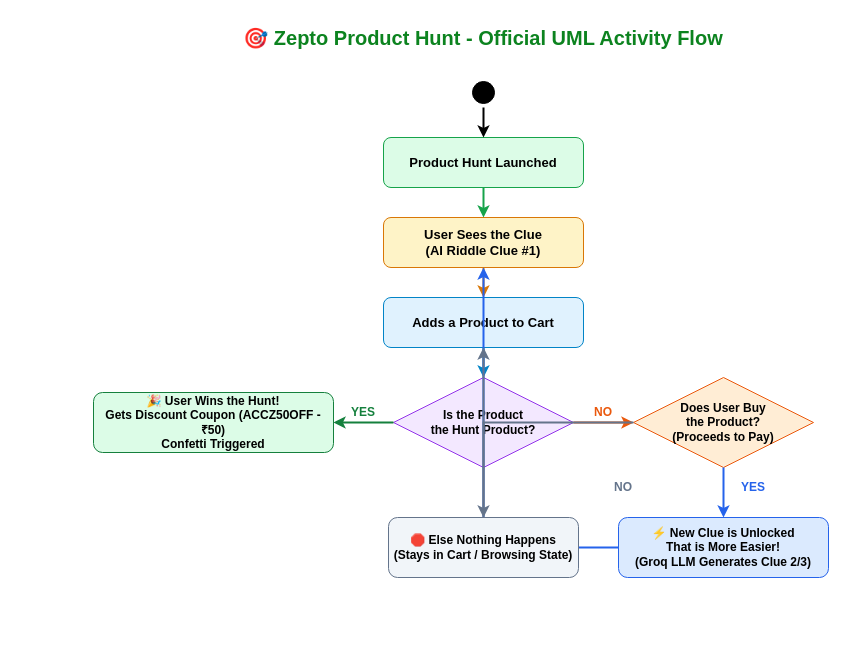
The draw.io diagram user_flow_diagram.drawio in the-machine-learner/ZeptoPoductHunt, before the edit. Source tidied: cells renumbered, new cells numbered last; positions are measured from the earlier drawing's top-left corner, leaving out a move shared by most shapes. Both pictures are drawn from the tidied source at 100%, with x=0, y=0 at pixel (93, 17).
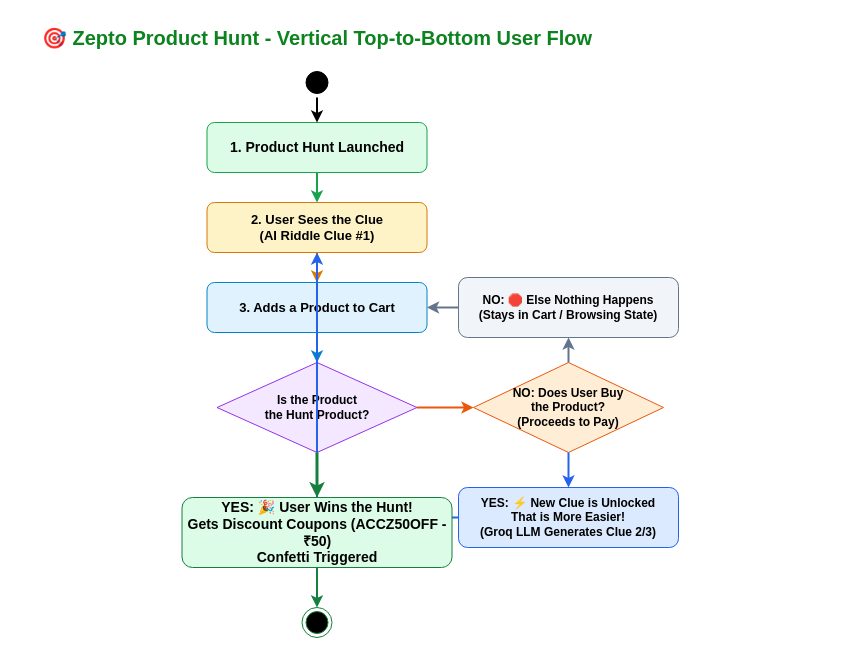
The same page after the edit.

Commit message:
docs: arrange user flow diagram in clean top-to-bottom vertical layout

The edit, as a diff of the source:
```diff
@@
-    <mxCell id="2" value="🎯 Zepto Product Hunt - Official UML Activity Flow" style="text;html=1;strokeColor=none;fillColor=none;align=center;verticalAlign=middle;whiteSpace=wrap;rounded=0;fontSize=20;fontStyle=1;fontColor=#0C831F;" parent="1" vertex="1">
-      <mxGeometry x="90" width="600" height="40" as="geometry" />
+    <mxCell id="2" value="🎯 Zepto Product Hunt - Vertical Top-to-Bottom User Flow" style="text;html=1;strokeColor=none;fillColor=none;align=center;verticalAlign=middle;whiteSpace=wrap;rounded=0;fontSize=20;fontStyle=1;fontColor=#0C831F;" parent="1" vertex="1">
+      <mxGeometry x="-76.5" width="600" height="40" as="geometry" />
     </mxCell>
     <mxCell id="3" style="ellipse;html=1;shape=startState;fillColor=#000000;strokeColor=#000000;" parent="1" vertex="1">
-      <mxGeometry x="375" y="60" width="30" height="30" as="geometry" />
+      <mxGeometry x="208.5" y="50" width="30" height="30" as="geometry" />
     </mxCell>
-    <mxCell id="4" value="Product Hunt Launched" style="rounded=1;whiteSpace=wrap;html=1;fillColor=#dcfce7;strokeColor=#16a34a;fontStyle=1;fontSize=13;" parent="1" vertex="1">
-      <mxGeometry x="290" y="120" width="200" height="50" as="geometry" />
+    <mxCell id="4" value="1. Product Hunt Launched" style="rounded=1;whiteSpace=wrap;html=1;fillColor=#dcfce7;strokeColor=#16a34a;fontStyle=1;fontSize=14;" parent="1" vertex="1">
+      <mxGeometry x="113.5" y="105" width="220" height="50" as="geometry" />
     </mxCell>
@@
-    <mxCell id="6" value="User Sees the Clue&#10;(AI Riddle Clue #1)" style="rounded=1;whiteSpace=wrap;html=1;fillColor=#fef3c7;strokeColor=#d97706;fontStyle=1;fontSize=13;" parent="1" vertex="1">
-      <mxGeometry x="290" y="200" width="200" height="50" as="geometry" />
+    <mxCell id="6" value="2. User Sees the Clue&#10;(AI Riddle Clue #1)" style="rounded=1;whiteSpace=wrap;html=1;fillColor=#fef3c7;strokeColor=#d97706;fontStyle=1;fontSize=13;" parent="1" vertex="1">
+      <mxGeometry x="113.5" y="185" width="220" height="50" as="geometry" />
     </mxCell>
@@
-    <mxCell id="8" value="Adds a Product to Cart" style="rounded=1;whiteSpace=wrap;html=1;fillColor=#e0f2fe;strokeColor=#0284c7;fontStyle=1;fontSize=13;" parent="1" vertex="1">
-      <mxGeometry x="290" y="280" width="200" height="50" as="geometry" />
+    <mxCell id="8" value="3. Adds a Product to Cart" style="rounded=1;whiteSpace=wrap;html=1;fillColor=#e0f2fe;strokeColor=#0284c7;fontStyle=1;fontSize=13;" parent="1" vertex="1">
+      <mxGeometry x="113.5" y="265" width="220" height="50" as="geometry" />
     </mxCell>
@@
     <mxCell id="10" value="Is the Product&#10;the Hunt Product?" style="rhombus;whiteSpace=wrap;html=1;fillColor=#f3e8ff;strokeColor=#9333ea;fontStyle=1;fontSize=12;" parent="1" vertex="1">
-      <mxGeometry x="300" y="360" width="180" height="90" as="geometry" />
+      <mxGeometry x="123.5" y="345" width="200" height="90" as="geometry" />
     </mxCell>
@@
-    <mxCell id="12" value="🎉 User Wins the Hunt!&#10;Gets Discount Coupon (ACCZ50OFF -₹50)&#10;Confetti Triggered" style="rounded=1;whiteSpace=wrap;html=1;fillColor=#dcfce7;strokeColor=#15803d;fontStyle=1;fontSize=12;" parent="1" vertex="1">
-      <mxGeometry y="375" width="240" height="60" as="geometry" />
-    </mxCell>
-    <mxCell id="13" style="edgeStyle=orthogonalEdgeStyle;rounded=0;html=1;strokeWidth=2;strokeColor=#15803d;" parent="1" edge="1" source="10" target="12">
-      <mxGeometry relative="1" as="geometry" />
-    </mxCell>
-    <mxCell id="14" value="YES" style="text;html=1;strokeColor=none;fillColor=none;align=center;verticalAlign=middle;whiteSpace=wrap;rounded=0;fontStyle=1;fontColor=#15803d;" parent="1" vertex="1">
-      <mxGeometry x="250" y="385" width="40" height="20" as="geometry" />
-    </mxCell>
-    <mxCell id="15" value="Does User Buy&#10;the Product?&#10;(Proceeds to Pay)" style="rhombus;whiteSpace=wrap;html=1;fillColor=#ffedd5;strokeColor=#ea580c;fontStyle=1;fontSize=12;" parent="1" vertex="1">
-      <mxGeometry x="540" y="360" width="180" height="90" as="geometry" />
+    <mxCell id="15" value="NO: Does User Buy&#10;the Product?&#10;(Proceeds to Pay)" style="rhombus;whiteSpace=wrap;html=1;fillColor=#ffedd5;strokeColor=#ea580c;fontStyle=1;fontSize=12;" parent="1" vertex="1">
+      <mxGeometry x="380" y="345" width="190" height="90" as="geometry" />
     </mxCell>
@@
-    <mxCell id="17" value="NO" style="text;html=1;strokeColor=none;fillColor=none;align=center;verticalAlign=middle;whiteSpace=wrap;rounded=0;fontStyle=1;fontColor=#ea580c;" parent="1" vertex="1">
-      <mxGeometry x="490" y="385" width="40" height="20" as="geometry" />
-    </mxCell>
-    <mxCell id="18" value="⚡ New Clue is Unlocked&#10;That is More Easier!&#10;(Groq LLM Generates Clue 2/3)" style="rounded=1;whiteSpace=wrap;html=1;fillColor=#dbeafe;strokeColor=#2563eb;fontStyle=1;fontSize=12;" parent="1" vertex="1">
-      <mxGeometry x="525" y="500" width="210" height="60" as="geometry" />
+    <mxCell id="18" value="YES: ⚡ New Clue is Unlocked&#10;That is More Easier!&#10;(Groq LLM Generates Clue 2/3)" style="rounded=1;whiteSpace=wrap;html=1;fillColor=#dbeafe;strokeColor=#2563eb;fontStyle=1;fontSize=12;" parent="1" vertex="1">
+      <mxGeometry x="365" y="470" width="220" height="60" as="geometry" />
     </mxCell>
@@
-    <mxCell id="20" value="YES" style="text;html=1;strokeColor=none;fillColor=none;align=center;verticalAlign=middle;whiteSpace=wrap;rounded=0;fontStyle=1;fontColor=#2563eb;" parent="1" vertex="1">
-      <mxGeometry x="640" y="460" width="40" height="20" as="geometry" />
-    </mxCell>
@@
-    <mxCell id="22" value="🛑 Else Nothing Happens&#10;(Stays in Cart / Browsing State)" style="rounded=1;whiteSpace=wrap;html=1;fillColor=#f1f5f9;strokeColor=#64748b;fontStyle=1;fontSize=12;" parent="1" vertex="1">
-      <mxGeometry x="295" y="500" width="190" height="60" as="geometry" />
+    <mxCell id="22" value="NO: 🛑 Else Nothing Happens&#10;(Stays in Cart / Browsing State)" style="rounded=1;whiteSpace=wrap;html=1;fillColor=#f1f5f9;strokeColor=#64748b;fontStyle=1;fontSize=12;" parent="1" vertex="1">
+      <mxGeometry x="365" y="260" width="220" height="60" as="geometry" />
     </mxCell>
@@
-    <mxCell id="24" value="NO" style="text;html=1;strokeColor=none;fillColor=none;align=center;verticalAlign=middle;whiteSpace=wrap;rounded=0;fontStyle=1;fontColor=#64748b;" parent="1" vertex="1">
-      <mxGeometry x="510" y="460" width="40" height="20" as="geometry" />
-    </mxCell>
@@
+    <mxCell id="12" value="YES: 🎉 User Wins the Hunt!&#10;Gets Discount Coupons (ACCZ50OFF -₹50)&#10;Confetti Triggered" style="rounded=1;whiteSpace=wrap;html=1;fillColor=#dcfce7;strokeColor=#15803d;fontStyle=1;fontSize=14;" parent="1" vertex="1">
+      <mxGeometry x="88.5" y="480" width="270" height="70" as="geometry" />
+    </mxCell>
+    <mxCell id="13" style="edgeStyle=orthogonalEdgeStyle;rounded=0;html=1;strokeWidth=3;strokeColor=#15803d;" parent="1" edge="1" source="10" target="12">
+      <mxGeometry relative="1" as="geometry" />
+    </mxCell>
+    <mxCell id="26" style="ellipse;html=1;shape=endState;fillColor=#000000;strokeColor=#15803d;" parent="1" vertex="1">
+      <mxGeometry x="208.5" y="590" width="30" height="30" as="geometry" />
+    </mxCell>
+    <mxCell id="27" style="edgeStyle=orthogonalEdgeStyle;rounded=0;html=1;strokeWidth=2;strokeColor=#15803d;" parent="1" edge="1" source="12" target="26">
+      <mxGeometry relative="1" as="geometry" />
+    </mxCell>
```
